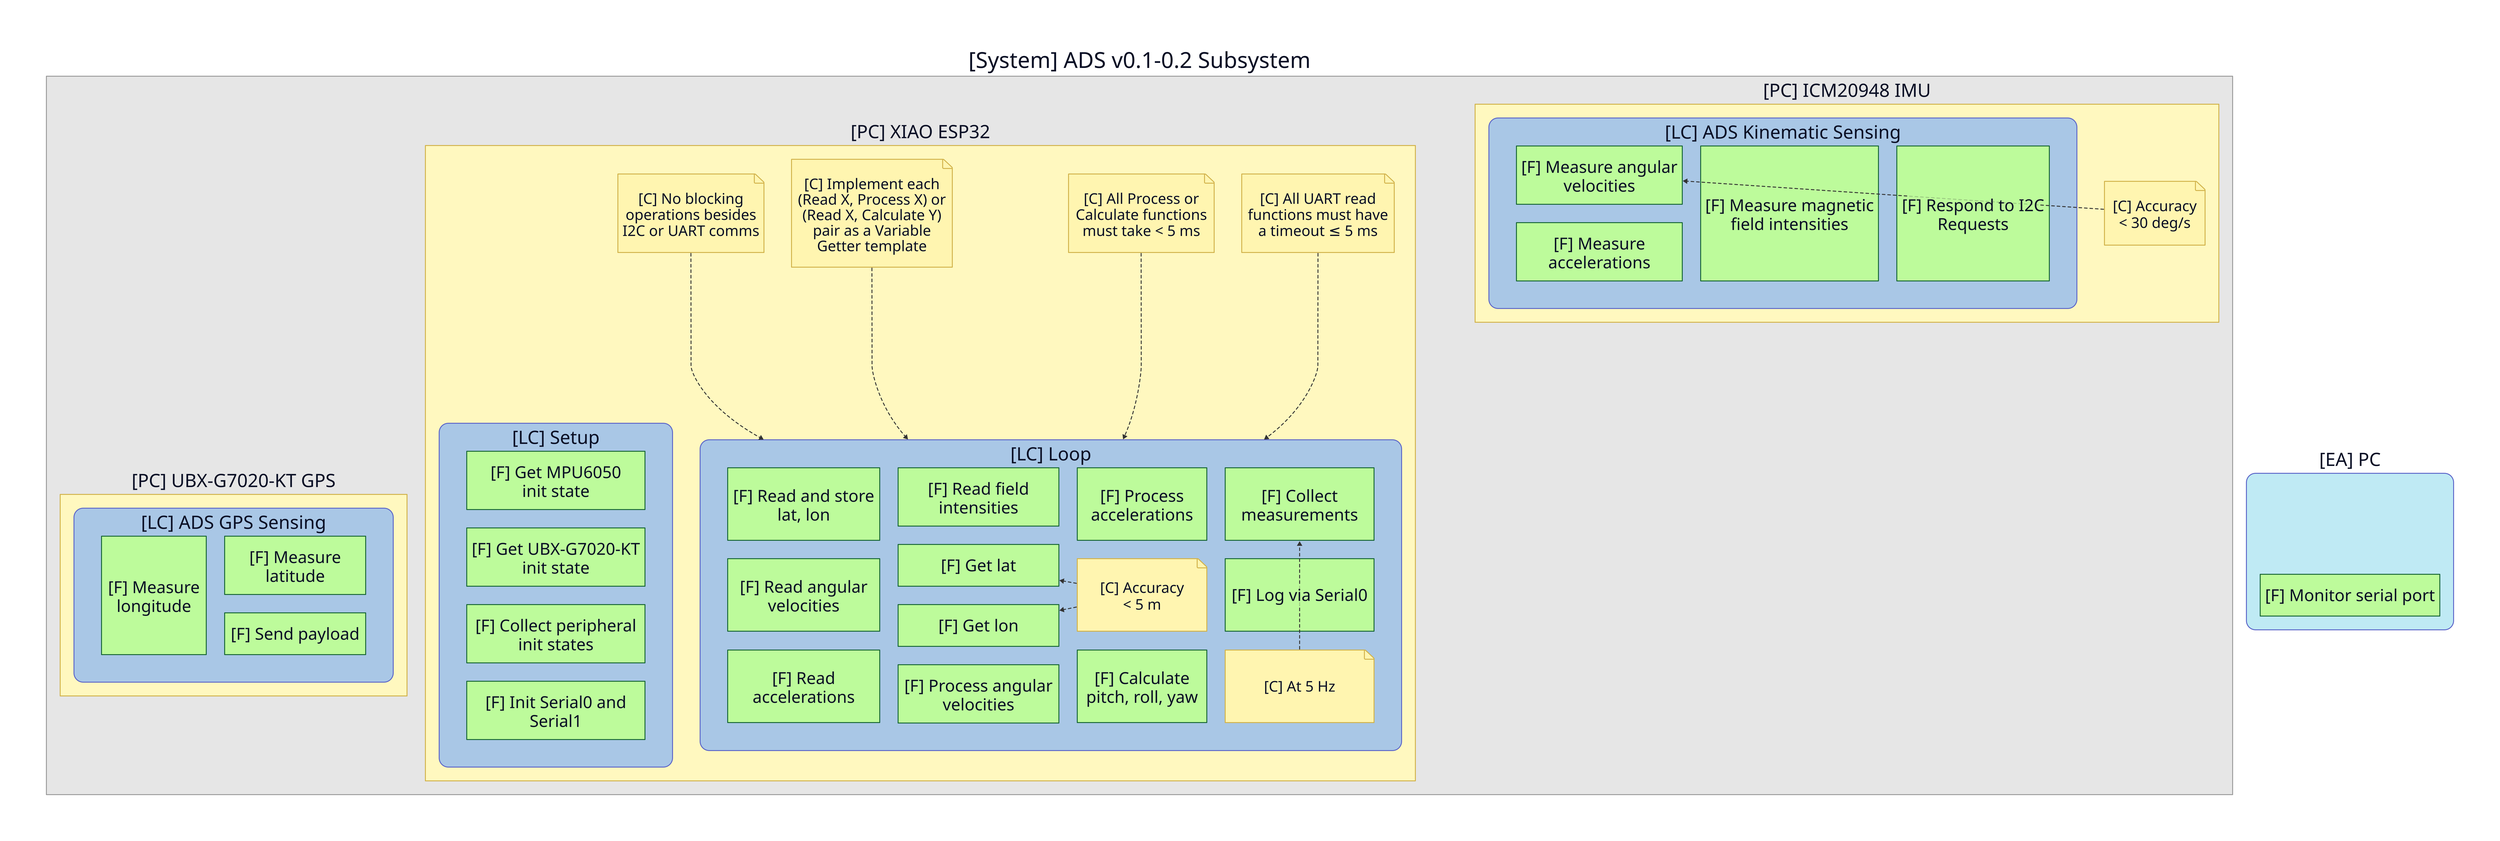
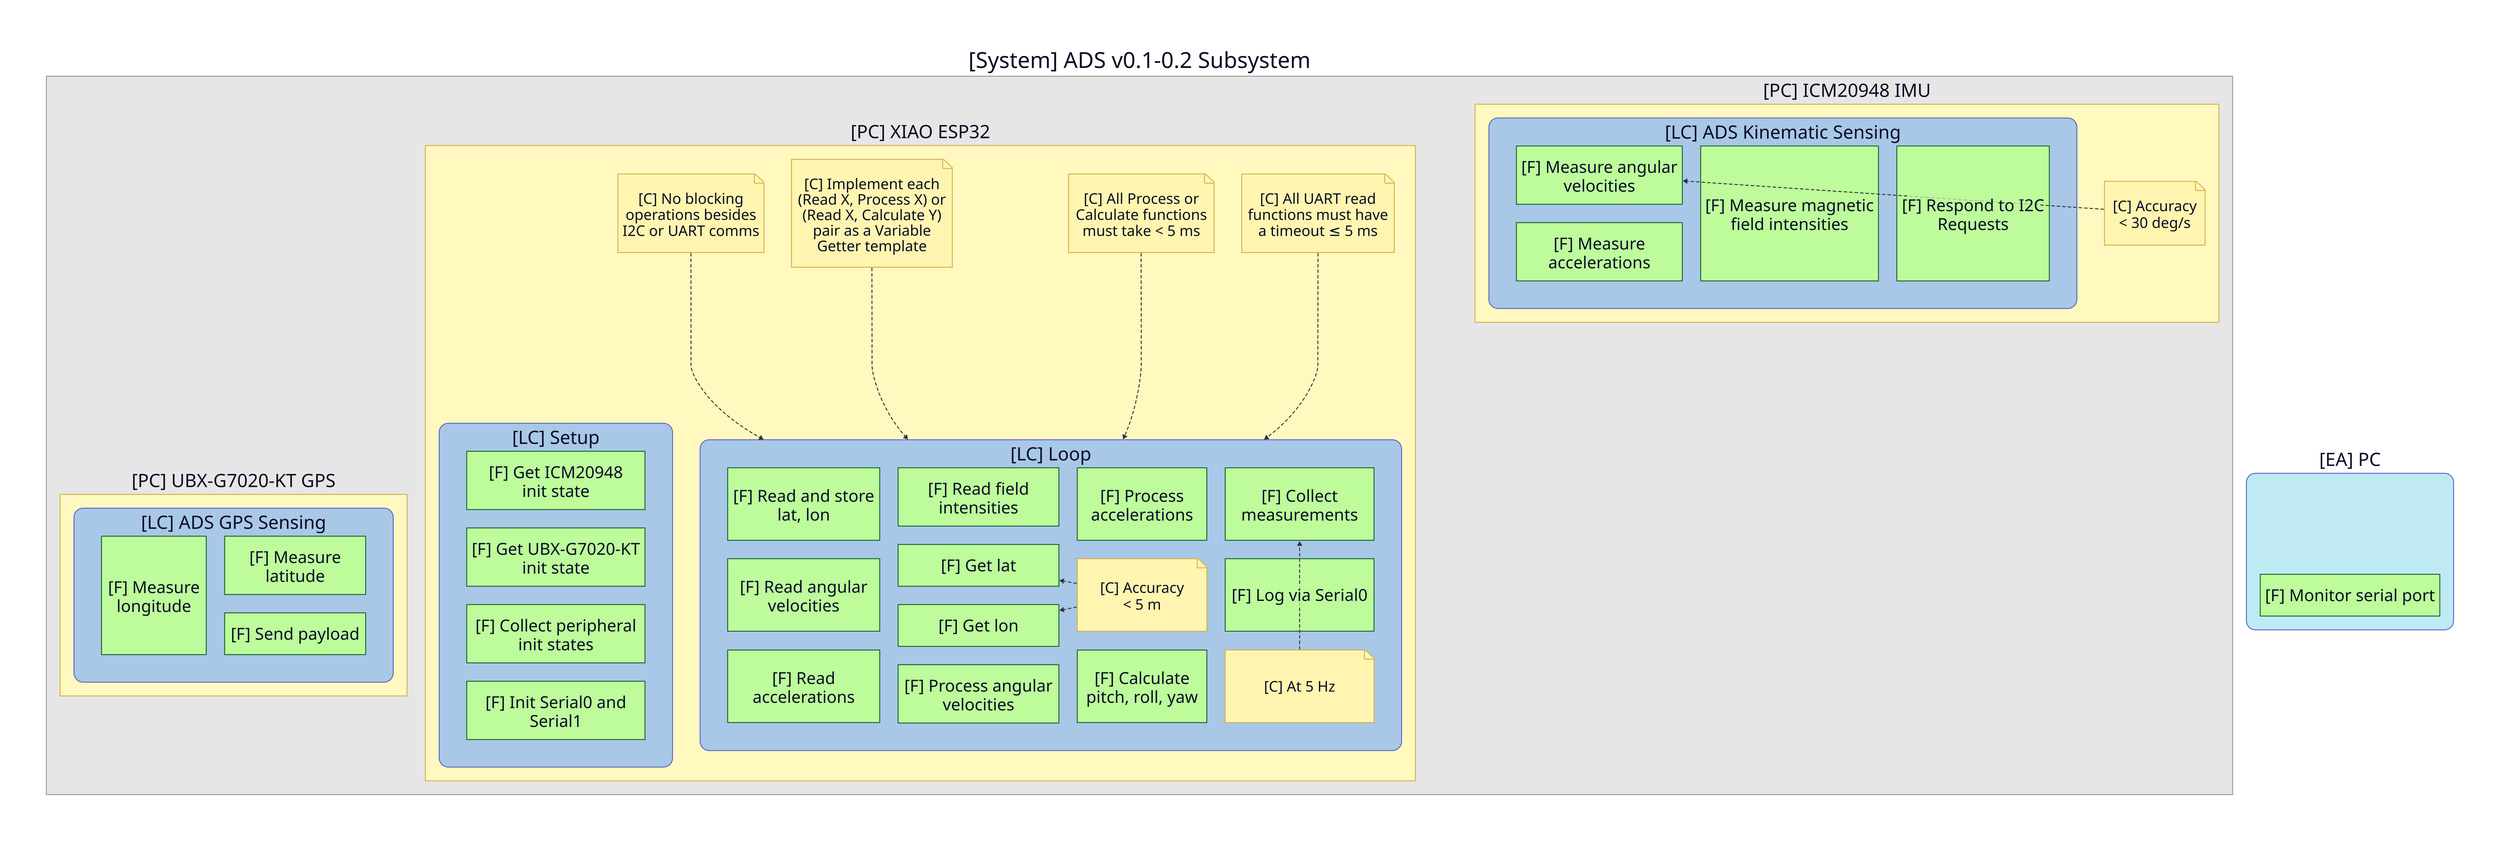
vars: {
  d2-config: {
    layout-engine: elk
  }
}

# Functional allocation view
# Full PA allocation stack with functions and constraints, without exchanges.
direction: down

classes: {
  func: {
    shape: rectangle
    style: { fill: "#BDFB9B"; stroke: "#166534"; stroke-width: 2; font-size: 36 }
  }
  lc: {
    style: {
      fill: "#A9C7E6"; stroke: "#5B65C9"; stroke-width: 2
      border-radius: 20; font-size: 40
    }
  }
  pc: {
    style: { fill: "#FFF8BF"; stroke: "#D1B24A"; stroke-width: 2; font-size: 40 }
  }
  sys: {
    style: { fill: "#E6E6E6"; stroke: "#9A9A9A"; stroke-width: 2; font-size: 48 }
  }
  ea: {
    shape: rectangle
    style: {
      fill: "#BFEAF4"; stroke: "#5B65C9"; stroke-width: 2
      border-radius: 20; font-size: 40
    }
  }
  note: { style: { fill: "#FFF5B0"; stroke: "#D1B24A"; font-size: 32 } }
  chain: {
    style: {
      fill: "#FFFFFF"; stroke: "#D1B24A"; stroke-width: 2
      border-radius: 20; font-size: 36
    }
  }
  fe:   { style: { stroke: "#1F7A4D"; font-color: "#1F7A4D"; stroke-width: 2; font-size: 30 } }
  ce:   { style: { stroke: "#5B65C9"; font-color: "#5B65C9"; stroke-width: 2; font-size: 30 } }
  pl:   { style: { stroke: "#E11D28"; font-color: "#E11D28"; stroke-width: 2; font-size: 30 } }
  cstr: { style: { stroke: "#333333"; stroke-dash: 3; font-size: 26 } }
}

system: "[System] ADS v0.1-0.2 Subsystem" {
  class: sys
  direction: down

  gps: "[PC] UBX-G7020-KT GPS" {
    class: pc
    direction: down

    gps_sensing: "[LC] ADS GPS Sensing" {
      class: lc
      direction: down
      grid-columns: 2

      measure_longitude: "[F] Measure\nlongitude" { class: func }
      measure_latitude: "[F] Measure\nlatitude" { class: func }
      send_payload: "[F] Send payload" { class: func }
    }
  }

  imu: "[PC] ICM20948 IMU" {
    class: pc
    direction: down

    kinematic_sensing: "[LC] ADS Kinematic Sensing" {
      class: lc
      direction: down
      grid-columns: 3

      measure_angular_velocities: "[F] Measure angular\nvelocities" { class: func }
      measure_accelerations: "[F] Measure\naccelerations" { class: func }
      measure_magnetic_field_intensities: "[F] Measure magnetic\nfield intensities" { class: func }
      respond_i2c_requests: "[F] Respond to I2C\nRequests" { class: func }
    }

    note_accuracy_angular_rate: "[C] Accuracy\n< 30 deg/s" {
      class: note
      shape: page
    }
  }

  xiao: "[PC] XIAO ESP32" {
    class: pc
    direction: right

    setup: "[LC] Setup" {
      class: lc
      direction: down
      grid-columns: 1

-       get_mpu_init_state: "[F] Get MPU6050\ninit state" { class: func }
+       get_icm20948_init_state: "[F] Get ICM20948\ninit state" { class: func }
      get_ubx_init_state: "[F] Get UBX-G7020-KT\ninit state" { class: func }
      collect_peripheral_init_states: "[F] Collect peripheral\ninit states" { class: func }
      init_serial0_serial1: "[F] Init Serial0 and\nSerial1" { class: func }
    }

    loop: "[LC] Loop" {
      class: lc
      direction: down
      grid-columns: 4

      read_store_lat_lon: "[F] Read and store\nlat, lon" { class: func }
      read_angular_velocities: "[F] Read angular\nvelocities" { class: func }
      read_accelerations: "[F] Read\naccelerations" { class: func }
      read_field_intensities: "[F] Read field\nintensities" { class: func }
      get_lat: "[F] Get lat" { class: func }
      get_lon: "[F] Get lon" { class: func }
      process_angular_velocities: "[F] Process angular\nvelocities" { class: func }
      process_accelerations: "[F] Process\naccelerations" { class: func }
      note_accuracy_position: "[C] Accuracy\n< 5 m" {
        class: note
        shape: page
      }
      calculate_pitch_roll_yaw: "[F] Calculate\npitch, roll, yaw" { class: func }
      collect_measurements: "[F] Collect\nmeasurements" { class: func }
      log_serial0: "[F] Log via Serial0" { class: func }
      note_at_5hz: "[C] At 5 Hz" {
        class: note
        shape: page
      }
    }

    note_no_blocking: "[C] No blocking\noperations besides\nI2C or UART comms" {
      class: note
      shape: page
    }
    note_variable_getter: "[C] Implement each\n(Read X, Process X) or\n(Read X, Calculate Y)\npair as a Variable\nGetter template" {
      class: note
      shape: page
    }
    note_process_time: "[C] All Process or\nCalculate functions\nmust take < 5 ms" {
      class: note
      shape: page
    }
    note_uart_timeout: "[C] All UART read\nfunctions must have\na timeout ≤ 5 ms" {
      class: note
      shape: page
    }
  }
}

host_pc: "[EA] PC" {
  class: ea
  monitor_serial_port: "[F] Monitor serial port" { class: func }
}

system.imu.note_accuracy_angular_rate -> system.imu.kinematic_sensing.measure_angular_velocities { class: cstr }
system.xiao.loop.note_accuracy_position -> system.xiao.loop.get_lat { class: cstr }
system.xiao.loop.note_accuracy_position -> system.xiao.loop.get_lon { class: cstr }
system.xiao.loop.note_at_5hz -> system.xiao.loop.collect_measurements { class: cstr }

system.xiao.note_no_blocking -> system.xiao.loop { class: cstr }
system.xiao.note_variable_getter -> system.xiao.loop { class: cstr }
system.xiao.note_process_time -> system.xiao.loop { class: cstr }
system.xiao.note_uart_timeout -> system.xiao.loop { class: cstr }

# Layout-only edge to keep the PC below the subsystem.
system -> host_pc { style: { opacity: 0 } }
